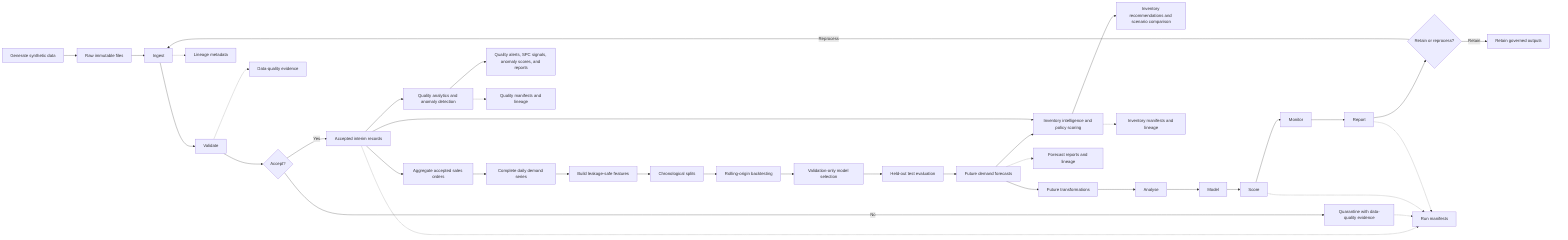
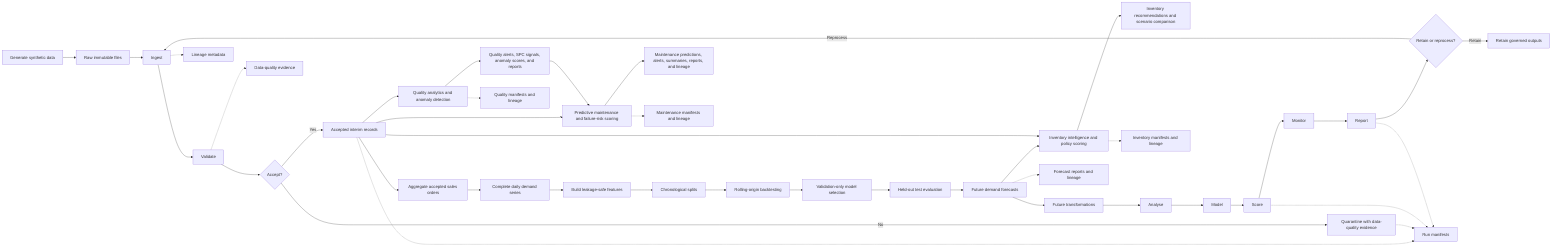
flowchart LR
    Generate["Generate synthetic data"] --> Raw["Raw immutable files"]
    Raw --> Ingest["Ingest"]
    Ingest --> Validate["Validate"]
    Validate --> Decision{"Accept?"}
    Decision -- No --> Quarantine["Quarantine with data-quality evidence"]
    Decision -- Yes --> Accepted["Accepted interim records"]
    Accepted --> Demand["Aggregate accepted sales orders"]
    Demand --> Complete["Complete daily demand series"]
    Complete --> Feature["Build leakage-safe features"]
    Feature --> Split["Chronological splits"]
    Split --> Backtest["Rolling-origin backtesting"]
    Backtest --> Select["Validation-only model selection"]
    Select --> Test["Held-out test evaluation"]
    Test --> Forecast["Future demand forecasts"]
    Forecast --> Transform["Future transformations"]
    Forecast --> Inventory["Inventory intelligence and policy scoring"]
    Accepted --> Inventory
    Inventory --> InventoryOutputs["Inventory recommendations and scenario comparison"]
    Accepted --> Quality["Quality analytics and anomaly detection"]
    Quality --> QualityOutputs["Quality alerts, SPC signals, anomaly scores, and reports"]
+     Accepted --> Maintenance["Predictive maintenance and failure-risk scoring"]
+     QualityOutputs --> Maintenance
+     Maintenance --> MaintenanceOutputs["Maintenance predictions, alerts, summaries, reports, and lineage"]
    Transform --> Analyse["Analyse"]
    Analyse --> Model["Model"]
    Model --> Score["Score"]
    Score --> Monitor["Monitor"]
    Monitor --> Report["Report"]
    Report --> Retain{"Retain or reprocess?"}
    Retain -- Retain --> Archive["Retain governed outputs"]
    Retain -- Reprocess --> Ingest

    Ingest -.-> Lineage["Lineage metadata"]
    Validate -.-> Evidence["Data-quality evidence"]
    Forecast -.-> ForecastLineage["Forecast reports and lineage"]
    Inventory -.-> InventoryLineage["Inventory manifests and lineage"]
    Quality -.-> QualityLineage["Quality manifests and lineage"]
+     Maintenance -.-> MaintenanceLineage["Maintenance manifests and lineage"]
    Accepted -.-> Manifest["Run manifests"]
    Quarantine -.-> Manifest
    Score -.-> Manifest
    Report -.-> Manifest
